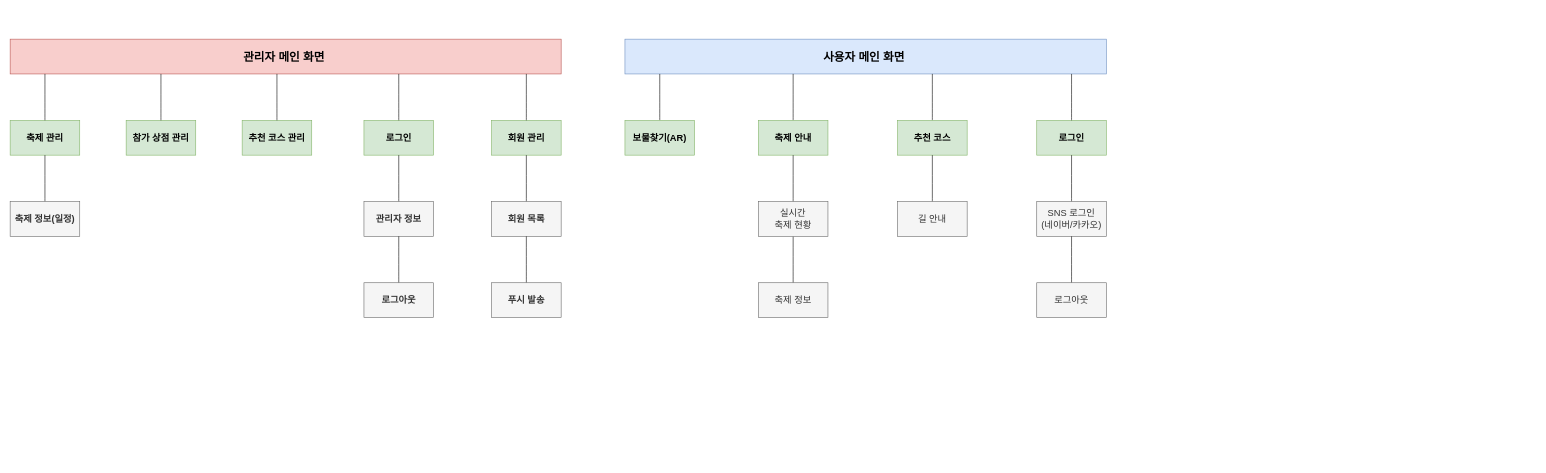
The draw.io diagram 진해군항제_사이트맵.drawio in gyrud02/java_study, before the edit. Source tidied: cells renumbered, new cells numbered last; positions are measured from the earlier drawing's top-left corner, leaving out a move shared by most shapes. Both pictures are drawn from the tidied source at 58%, with x=0, y=0 at pixel (10, 39).
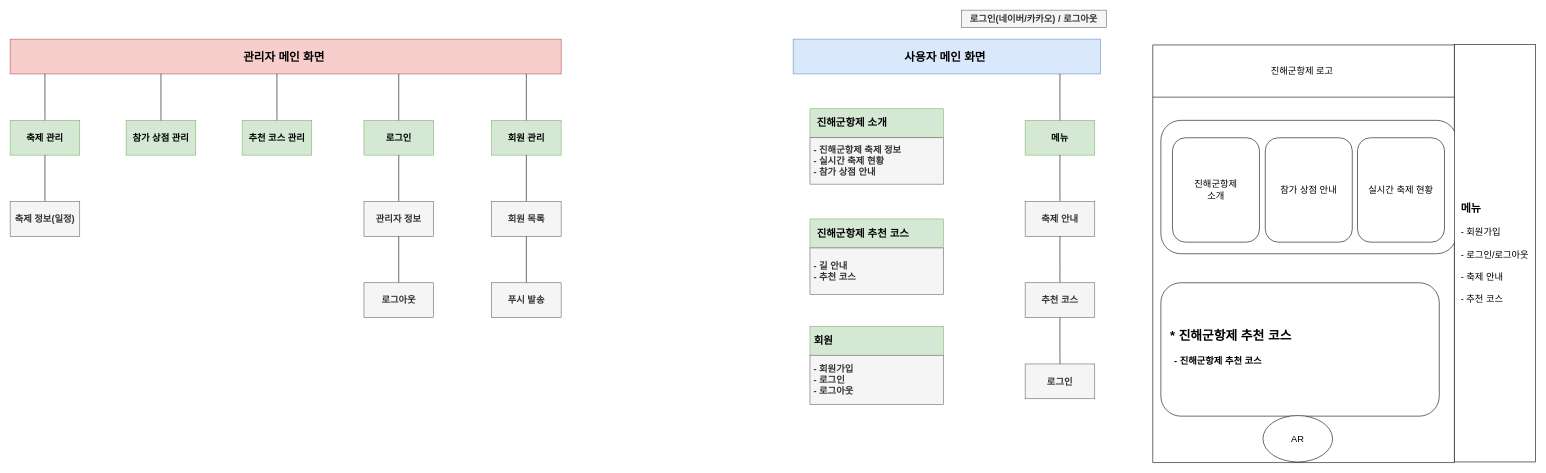
The same page after the edit.

Commit message (it also covers changes not shown here):
진해군항제_사이트맵.drawio 업데이트

What changed in the source:
```diff
@@
-    <mxCell id="2" style="group;" parent="1" vertex="1">
-      <mxGeometry x="1060" width="850" height="480" as="geometry" />
-    </mxCell>
-    <mxCell id="3" value="사용자 메인 화면&amp;nbsp;" style="rounded=0;whiteSpace=wrap;html=1;fontSize=20;fillColor=#dae8fc;strokeColor=#6c8ebf;fontStyle=1;" parent="2" vertex="1">
-      <mxGeometry width="830" height="60" as="geometry" />
-    </mxCell>
-    <mxCell id="4" style="group;fontStyle=1;" parent="2" vertex="1">
-      <mxGeometry y="60" width="120" height="140" as="geometry" />
-    </mxCell>
-    <mxCell id="5" style="endArrow=none;html=1;rounded=0;fontSize=12;startSize=8;endSize=8;curved=1;" parent="4" edge="1">
-      <mxGeometry relative="1" as="geometry">
-        <mxPoint x="60" y="80" as="sourcePoint" />
-        <mxPoint x="60" as="targetPoint" />
-      </mxGeometry>
-    </mxCell>
-    <mxCell id="6" value="보물찾기(AR)" style="rounded=0;whiteSpace=wrap;html=1;fontSize=16;fillColor=#d5e8d4;strokeColor=#82b366;fontStyle=1;" parent="4" vertex="1">
-      <mxGeometry y="80" width="120" height="60" as="geometry" />
-    </mxCell>
-    <mxCell id="7" style="group;fontStyle=1;" parent="2" vertex="1">
-      <mxGeometry x="470" y="60" width="120" height="140" as="geometry" />
-    </mxCell>
-    <mxCell id="8" style="endArrow=none;html=1;rounded=0;fontSize=12;startSize=8;endSize=8;curved=1;" parent="7" edge="1">
-      <mxGeometry relative="1" as="geometry">
-        <mxPoint x="60" y="80" as="sourcePoint" />
-        <mxPoint x="60" as="targetPoint" />
-      </mxGeometry>
-    </mxCell>
-    <mxCell id="9" value="&lt;b&gt;추천 코스&lt;/b&gt;" style="rounded=0;whiteSpace=wrap;html=1;fontSize=16;fillColor=#d5e8d4;strokeColor=#82b366;" parent="7" vertex="1">
-      <mxGeometry y="80" width="120" height="60" as="geometry" />
-    </mxCell>
-    <mxCell id="10" style="group;fontStyle=1;" parent="2" vertex="1">
-      <mxGeometry x="727" y="60" width="120" height="280" as="geometry" />
-    </mxCell>
-    <mxCell id="11" value="로그인" style="rounded=0;whiteSpace=wrap;html=1;fontSize=16;fillColor=#d5e8d4;strokeColor=#82b366;fontStyle=1;" parent="10" vertex="1">
-      <mxGeometry x="-17" y="80" width="120" height="60" as="geometry" />
-    </mxCell>
-    <mxCell id="12" style="group;fontStyle=1;" parent="10" vertex="1">
-      <mxGeometry x="-17" y="140" width="120" height="140" as="geometry" />
-    </mxCell>
-    <mxCell id="13" style="endArrow=none;html=1;rounded=0;fontSize=12;startSize=8;endSize=8;curved=1;" parent="12" edge="1">
-      <mxGeometry relative="1" as="geometry">
-        <mxPoint x="60" y="80" as="sourcePoint" />
-        <mxPoint x="60" as="targetPoint" />
-      </mxGeometry>
-    </mxCell>
-    <mxCell id="14" value="&lt;span style=&quot;font-weight: normal;&quot;&gt;SNS 로그인&lt;br&gt;(네이버/카카오)&lt;/span&gt;" style="rounded=0;whiteSpace=wrap;html=1;fontSize=16;fillColor=#f5f5f5;strokeColor=#666666;fontStyle=1;fontColor=#333333;" parent="12" vertex="1">
-      <mxGeometry y="80" width="120" height="60" as="geometry" />
-    </mxCell>
-    <mxCell id="15" style="endArrow=none;html=1;rounded=0;fontSize=12;startSize=8;endSize=8;curved=1;" parent="10" edge="1">
-      <mxGeometry relative="1" as="geometry">
-        <mxPoint x="43" y="80" as="sourcePoint" />
-        <mxPoint x="43" as="targetPoint" />
-      </mxGeometry>
-    </mxCell>
-    <mxCell id="16" style="group;fontStyle=1;" parent="2" vertex="1">
-      <mxGeometry x="580" y="200" width="120" height="140" as="geometry" />
-    </mxCell>
-    <mxCell id="17" style="endArrow=none;html=1;rounded=0;fontSize=12;startSize=8;endSize=8;curved=1;" parent="16" edge="1">
-      <mxGeometry relative="1" as="geometry">
-        <mxPoint x="-50" y="80" as="sourcePoint" />
-        <mxPoint x="-50" as="targetPoint" />
-      </mxGeometry>
-    </mxCell>
-    <mxCell id="18" value="&lt;span style=&quot;font-weight: 400;&quot;&gt;길 안내&lt;/span&gt;" style="rounded=0;whiteSpace=wrap;html=1;fontSize=16;fillColor=#f5f5f5;strokeColor=#666666;fontStyle=1;fontColor=#333333;" parent="2" vertex="1">
-      <mxGeometry x="470" y="280" width="120" height="60" as="geometry" />
-    </mxCell>
-    <mxCell id="19" style="group;" parent="2" vertex="1">
-      <mxGeometry x="230" y="60" width="120" height="420" as="geometry" />
-    </mxCell>
-    <mxCell id="20" style="endArrow=none;html=1;rounded=0;fontSize=12;startSize=8;endSize=8;curved=1;" parent="19" edge="1">
-      <mxGeometry relative="1" as="geometry">
-        <mxPoint x="60" y="80" as="sourcePoint" />
-        <mxPoint x="60" as="targetPoint" />
-      </mxGeometry>
-    </mxCell>
-    <mxCell id="21" value="축제 안내" style="rounded=0;whiteSpace=wrap;html=1;fontSize=16;fillColor=#d5e8d4;strokeColor=#82b366;fontStyle=1;" parent="19" vertex="1">
-      <mxGeometry y="80" width="120" height="60" as="geometry" />
-    </mxCell>
-    <mxCell id="22" style="endArrow=none;html=1;rounded=0;fontSize=12;startSize=8;endSize=8;curved=1;" parent="19" edge="1">
-      <mxGeometry relative="1" as="geometry">
-        <mxPoint x="60" y="360" as="sourcePoint" />
-        <mxPoint x="60" y="280" as="targetPoint" />
-      </mxGeometry>
-    </mxCell>
-    <mxCell id="23" value="&lt;span style=&quot;font-weight: 400;&quot;&gt;축제 정보&lt;/span&gt;" style="rounded=0;whiteSpace=wrap;html=1;fontSize=16;fillColor=#f5f5f5;strokeColor=#666666;fontStyle=1;fontColor=#333333;" parent="19" vertex="1">
-      <mxGeometry y="360" width="120" height="60" as="geometry" />
-    </mxCell>
-    <mxCell id="24" style="endArrow=none;html=1;rounded=0;fontSize=12;startSize=8;endSize=8;curved=1;" parent="19" edge="1">
-      <mxGeometry relative="1" as="geometry">
-        <mxPoint x="60" y="220" as="sourcePoint" />
-        <mxPoint x="60" y="140" as="targetPoint" />
-      </mxGeometry>
-    </mxCell>
-    <mxCell id="25" value="&lt;span style=&quot;font-weight: 400;&quot;&gt;실시간 &lt;br&gt;축제 현황&lt;/span&gt;" style="rounded=0;whiteSpace=wrap;html=1;fontSize=16;fillColor=#f5f5f5;strokeColor=#666666;fontStyle=1;fontColor=#333333;" parent="19" vertex="1">
-      <mxGeometry y="220" width="120" height="60" as="geometry" />
-    </mxCell>
-    <mxCell id="26" style="endArrow=none;html=1;rounded=0;fontSize=12;startSize=8;endSize=8;curved=1;" parent="2" edge="1">
-      <mxGeometry relative="1" as="geometry">
-        <mxPoint x="770" y="420" as="sourcePoint" />
-        <mxPoint x="770" y="340" as="targetPoint" />
-      </mxGeometry>
-    </mxCell>
-    <mxCell id="27" value="로그아웃" style="rounded=0;whiteSpace=wrap;html=1;fontSize=16;fillColor=#f5f5f5;strokeColor=#666666;fontStyle=0;fontColor=#333333;" parent="2" vertex="1">
-      <mxGeometry x="710" y="420" width="120" height="60" as="geometry" />
-    </mxCell>
@@
+    <mxCell id="3" value="사용자 메인 화면&amp;nbsp;" style="rounded=0;whiteSpace=wrap;html=1;fontSize=20;fillColor=#dae8fc;strokeColor=#6c8ebf;fontStyle=1;" parent="1" vertex="1">
+      <mxGeometry x="1350" width="530" height="60" as="geometry" />
+    </mxCell>
+    <mxCell id="53" value="로그인(네이버/카카오) / 로그아웃" style="rounded=0;whiteSpace=wrap;html=1;fontSize=16;fillColor=#f5f5f5;strokeColor=#666666;fontStyle=1;fontColor=#333333;" parent="1" vertex="1">
+      <mxGeometry x="1640" y="-50" width="250" height="30" as="geometry" />
+    </mxCell>
+    <mxCell id="6" value="메뉴" style="rounded=0;whiteSpace=wrap;html=1;fontSize=16;fillColor=#d5e8d4;strokeColor=#82b366;fontStyle=1;" parent="1" vertex="1">
+      <mxGeometry x="1750" y="140" width="120" height="60" as="geometry" />
+    </mxCell>
+    <mxCell id="54" style="endArrow=none;html=1;rounded=0;fontSize=12;startSize=8;endSize=8;curved=1;" parent="1" edge="1">
+      <mxGeometry relative="1" as="geometry">
+        <mxPoint x="1810" y="280" as="sourcePoint" />
+        <mxPoint x="1810" y="200" as="targetPoint" />
+      </mxGeometry>
+    </mxCell>
+    <mxCell id="21" value="축제 안내" style="rounded=0;whiteSpace=wrap;html=1;fontSize=16;fillColor=#f5f5f5;strokeColor=#666666;fontStyle=1;fontColor=#333333;" parent="1" vertex="1">
+      <mxGeometry x="1750" y="280" width="120" height="60" as="geometry" />
+    </mxCell>
+    <mxCell id="55" style="group;fontStyle=1;" parent="1" vertex="1">
+      <mxGeometry x="1750" y="480" width="385" height="240" as="geometry" />
+    </mxCell>
+    <mxCell id="56" style="endArrow=none;html=1;rounded=0;fontSize=12;startSize=8;endSize=8;curved=1;" parent="55" edge="1">
+      <mxGeometry relative="1" as="geometry">
+        <mxPoint x="60" y="-60" as="sourcePoint" />
+        <mxPoint x="60" y="-140" as="targetPoint" />
+      </mxGeometry>
+    </mxCell>
+    <mxCell id="9" value="&lt;b&gt;추천 코스&lt;/b&gt;" style="rounded=0;whiteSpace=wrap;html=1;fontSize=16;fillColor=#f5f5f5;strokeColor=#666666;fontColor=#333333;" parent="55" vertex="1">
+      <mxGeometry y="-60" width="120" height="60" as="geometry" />
+    </mxCell>
+    <mxCell id="57" style="rounded=1;whiteSpace=wrap;html=1;fontSize=16;" parent="55" vertex="1">
+      <mxGeometry x="234" y="-60" width="480" height="230" as="geometry" />
+    </mxCell>
+    <mxCell id="11" value="로그인" style="rounded=0;whiteSpace=wrap;html=1;fontSize=16;fillColor=#f5f5f5;strokeColor=#666666;fontStyle=1;fontColor=#333333;" parent="1" vertex="1">
+      <mxGeometry x="1750" y="560" width="120" height="60" as="geometry" />
+    </mxCell>
+    <mxCell id="15" style="endArrow=none;html=1;rounded=0;fontSize=12;startSize=8;endSize=8;curved=1;" parent="1" edge="1">
+      <mxGeometry relative="1" as="geometry">
+        <mxPoint x="1810" y="560" as="sourcePoint" />
+        <mxPoint x="1810" y="480" as="targetPoint" />
+      </mxGeometry>
+    </mxCell>
+    <mxCell id="5" style="endArrow=none;html=1;rounded=0;fontSize=12;startSize=8;endSize=8;curved=1;" parent="1" edge="1">
+      <mxGeometry relative="1" as="geometry">
+        <mxPoint x="1810" y="140" as="sourcePoint" />
+        <mxPoint x="1810" y="60" as="targetPoint" />
+      </mxGeometry>
+    </mxCell>
+    <mxCell id="58" value="&amp;nbsp; 진해군항제 소개" style="rounded=0;whiteSpace=wrap;html=1;fontSize=18;fillColor=#d5e8d4;strokeColor=#82b366;fontStyle=1;align=left;" parent="1" vertex="1">
+      <mxGeometry x="1379" y="120" width="230" height="50" as="geometry" />
+    </mxCell>
+    <mxCell id="59" value="&lt;span style=&quot;&quot;&gt;&amp;nbsp;- 진해군항제 축제 정보&lt;br&gt;&amp;nbsp;- 실시간 축제 현황&lt;br&gt;&amp;nbsp;- 참가 상점 안내&lt;br&gt;&lt;/span&gt;" style="rounded=0;whiteSpace=wrap;html=1;fontSize=16;fillColor=#f5f5f5;strokeColor=#666666;fontStyle=1;fontColor=#333333;align=left;" parent="1" vertex="1">
+      <mxGeometry x="1379" y="170" width="230" height="80" as="geometry" />
+    </mxCell>
+    <mxCell id="60" value="&amp;nbsp;회원" style="rounded=0;whiteSpace=wrap;html=1;fontSize=18;fillColor=#d5e8d4;strokeColor=#82b366;fontStyle=1;align=left;" parent="1" vertex="1">
+      <mxGeometry x="1379" y="495" width="230" height="50" as="geometry" />
+    </mxCell>
+    <mxCell id="61" value="&amp;nbsp;- 회원가입&lt;br&gt;&amp;nbsp;-&amp;nbsp;&lt;span style=&quot;text-align: center;&quot;&gt;로그인&lt;/span&gt;&lt;br&gt;&amp;nbsp;-&amp;nbsp;&lt;span style=&quot;text-align: center;&quot;&gt;로그아웃&lt;/span&gt;&lt;span style=&quot;font-weight: 400;&quot;&gt;&lt;br&gt;&lt;/span&gt;" style="rounded=0;whiteSpace=wrap;html=1;fontSize=16;fillColor=#f5f5f5;strokeColor=#666666;fontStyle=1;fontColor=#333333;align=left;" parent="1" vertex="1">
+      <mxGeometry x="1379" y="545" width="230" height="85" as="geometry" />
+    </mxCell>
+    <mxCell id="62" value="&amp;nbsp; 진해군항제 추천 코스" style="rounded=0;whiteSpace=wrap;html=1;fontSize=18;fillColor=#d5e8d4;strokeColor=#82b366;fontStyle=1;align=left;" parent="1" vertex="1">
+      <mxGeometry x="1379" y="310" width="230" height="50" as="geometry" />
+    </mxCell>
+    <mxCell id="63" value="&lt;span style=&quot;&quot;&gt;&amp;nbsp;- 길 안내&lt;br&gt;&amp;nbsp;- 추천 코스&lt;br&gt;&lt;/span&gt;" style="rounded=0;whiteSpace=wrap;html=1;fontSize=16;fillColor=#f5f5f5;strokeColor=#666666;fontStyle=1;fontColor=#333333;align=left;" parent="1" vertex="1">
+      <mxGeometry x="1379" y="360" width="230" height="80" as="geometry" />
+    </mxCell>
+    <mxCell id="64" value="AR" style="ellipse;whiteSpace=wrap;html=1;fontSize=16;" parent="1" vertex="1">
+      <mxGeometry x="2160" y="649" width="120" height="80" as="geometry" />
+    </mxCell>
+    <mxCell id="65" value="진해군항제 로고&amp;nbsp;" style="swimlane;fontStyle=0;horizontal=1;startSize=90;whiteSpace=wrap;html=1;fontSize=16;" parent="1" vertex="1">
+      <mxGeometry x="1970" y="10" width="520" height="720" as="geometry" />
+    </mxCell>
+    <mxCell id="66" value="&lt;span style=&quot;font-size: 22px;&quot;&gt;&lt;b&gt;&amp;nbsp;&lt;/b&gt;&lt;/span&gt;" style="text;strokeColor=none;fillColor=none;align=left;verticalAlign=middle;spacingLeft=4;spacingRight=4;overflow=hidden;whiteSpace=wrap;html=1;fontSize=16;" parent="65" vertex="1">
+      <mxGeometry y="90" width="520" height="290" as="geometry" />
+    </mxCell>
+    <mxCell id="67" value="&lt;div style=&quot;&quot;&gt;&lt;b style=&quot;background-color: initial; border-color: var(--border-color);&quot;&gt;&lt;font style=&quot;border-color: var(--border-color); font-size: 22px;&quot;&gt;&amp;nbsp; &amp;nbsp; * 진해군항제 추천 코스&lt;/font&gt;&lt;/b&gt;&lt;/div&gt;&lt;div style=&quot;&quot;&gt;&lt;span style=&quot;background-color: initial; border-color: var(--border-color);&quot;&gt;&lt;b&gt;&amp;nbsp;&lt;/b&gt;&lt;/span&gt;&lt;/div&gt;&lt;div style=&quot;&quot;&gt;&lt;span style=&quot;background-color: initial; border-color: var(--border-color);&quot;&gt;&lt;b&gt;&amp;nbsp; &amp;nbsp; &amp;nbsp; &amp;nbsp;- 진해군항제 추천 코스&lt;/b&gt;&lt;/span&gt;&lt;/div&gt;&lt;span style=&quot;border-color: var(--border-color);&quot;&gt;&lt;span style=&quot;border-color: var(--border-color);&quot;&gt;&lt;br&gt;&lt;div style=&quot;&quot;&gt;&lt;font color=&quot;#333333&quot;&gt;&lt;b&gt;&lt;br&gt;&lt;/b&gt;&lt;/font&gt;&lt;/div&gt;&lt;div style=&quot;&quot;&gt;&lt;br&gt;&lt;/div&gt;&lt;/span&gt;&lt;/span&gt;" style="text;strokeColor=none;fillColor=none;align=left;verticalAlign=middle;spacingLeft=4;spacingRight=4;overflow=hidden;whiteSpace=wrap;html=1;fontSize=16;" parent="65" vertex="1">
+      <mxGeometry y="380" width="520" height="340" as="geometry" />
+    </mxCell>
+    <mxCell id="68" style="group;" parent="1" vertex="1">
+      <mxGeometry x="1984" y="140" width="510" height="230" as="geometry" />
+    </mxCell>
+    <mxCell id="69" style="rounded=1;whiteSpace=wrap;html=1;fontSize=16;" parent="68" vertex="1">
+      <mxGeometry width="510" height="230" as="geometry" />
+    </mxCell>
+    <mxCell id="70" value="진해군항제&lt;br&gt;소개" style="rounded=1;whiteSpace=wrap;html=1;fontSize=16;" parent="68" vertex="1">
+      <mxGeometry x="20" y="30" width="150" height="180" as="geometry" />
+    </mxCell>
+    <mxCell id="71" value="참가 상점 안내" style="rounded=1;whiteSpace=wrap;html=1;fontSize=16;" parent="68" vertex="1">
+      <mxGeometry x="180" y="30" width="150" height="180" as="geometry" />
+    </mxCell>
+    <mxCell id="25" value="실시간 축제 현황" style="rounded=1;whiteSpace=wrap;html=1;fontSize=16;" parent="68" vertex="1">
+      <mxGeometry x="339" y="30" width="150" height="180" as="geometry" />
+    </mxCell>
+    <mxCell id="72" value="&lt;div style=&quot;text-align: left;&quot;&gt;&lt;span style=&quot;background-color: initial;&quot;&gt;&lt;b&gt;&lt;font style=&quot;font-size: 19px;&quot;&gt;메뉴&lt;/font&gt;&lt;/b&gt;&lt;/span&gt;&lt;/div&gt;&lt;div style=&quot;text-align: left;&quot;&gt;&lt;br&gt;&lt;/div&gt;&lt;div style=&quot;text-align: left;&quot;&gt;- 회원가입&lt;/div&gt;&lt;div style=&quot;text-align: left;&quot;&gt;&lt;br&gt;&lt;/div&gt;&lt;div style=&quot;text-align: left;&quot;&gt;&lt;span style=&quot;background-color: initial;&quot;&gt;- 로그인/로그아웃&lt;/span&gt;&lt;/div&gt;&lt;div style=&quot;text-align: left;&quot;&gt;&lt;br&gt;&lt;/div&gt;&lt;div style=&quot;text-align: left;&quot;&gt;&lt;span style=&quot;background-color: initial;&quot;&gt;- 축제 안내&lt;/span&gt;&lt;/div&gt;&lt;div style=&quot;text-align: left;&quot;&gt;&lt;br&gt;&lt;/div&gt;&lt;div style=&quot;text-align: left;&quot;&gt;&lt;span style=&quot;background-color: initial;&quot;&gt;- 추천 코스&lt;/span&gt;&lt;/div&gt;" style="rounded=0;whiteSpace=wrap;html=1;fontSize=16;" parent="1" vertex="1">
+      <mxGeometry x="2490" y="9" width="140" height="720" as="geometry" />
+    </mxCell>
```
